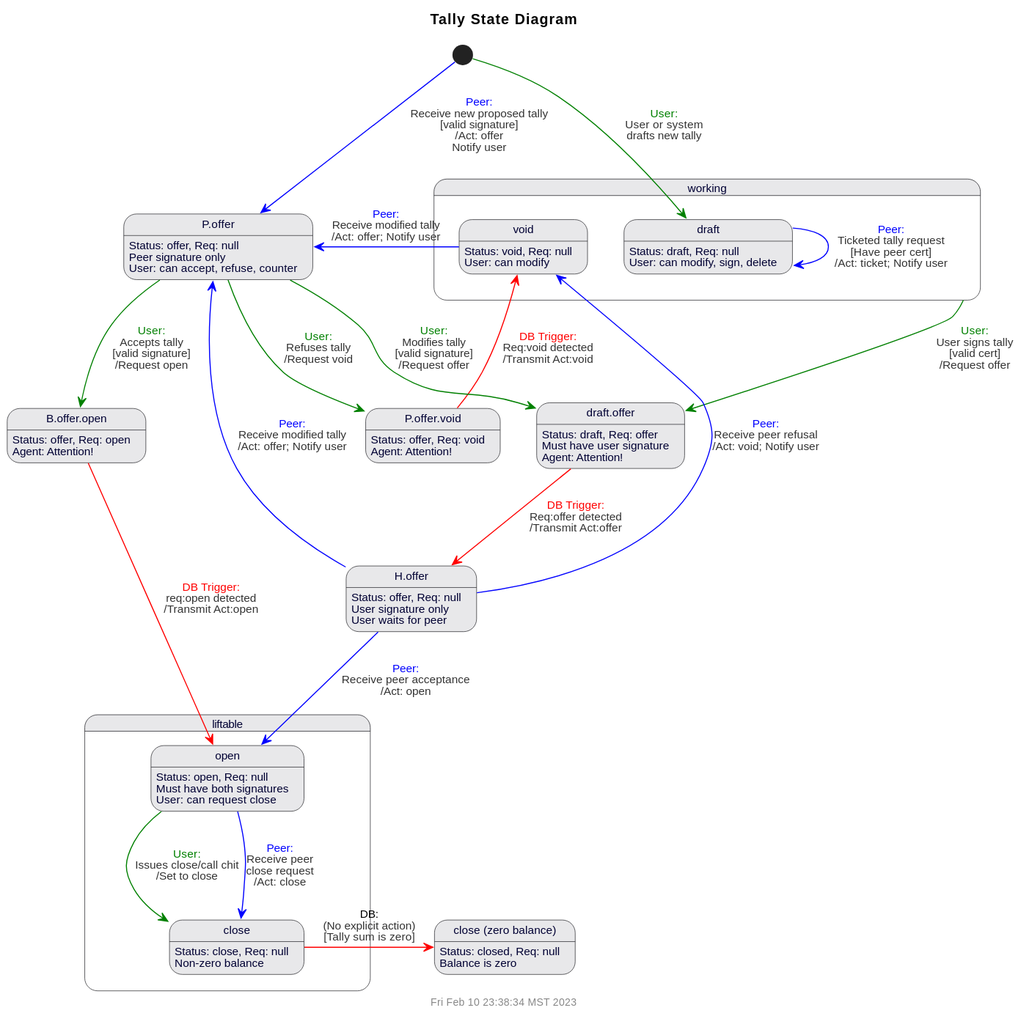
The PlantUML diagram doc/uml/state-tally.svg in gotchoices/MyCHIPs, before a commit. Source of this version:
```plantuml
@startuml
!include common.puml

$title(Tally State Diagram)
state "P.offer.void" as pOfferVoid
state "B.offer.open" as BOfferOpen
state "draft.offer" as DraftOffer
state working {
  state "draft" as draft
  state "void" as void
}
state liftable {
  state "open" as open
  state "close" as close
}
state "P.offer" as pOffer
state "H.offer" as hOffer
state "close (zero balance)" as closed

pOfferVoid : Status: offer, Req: void
pOfferVoid : Agent: Attention!

BOfferOpen : Status: offer, Req: open
BOfferOpen : Agent: Attention!

DraftOffer : Status: draft, Req: offer
DraftOffer : Must have user signature
DraftOffer : Agent: Attention!


draft : Status: draft, Req: null
draft : User: can modify, sign, delete

void : Status: void, Req: null
void : User: can modify

pOffer : Status: offer, Req: null
pOffer : Peer signature only
pOffer : User: can accept, refuse, counter

hOffer : Status: offer, Req: null
hOffer : User signature only
hOffer : User waits for peer

open : Status: open, Req: null
open : Must have both signatures
open : User: can request close

close : Status: close, Req: null
close : Non-zero balance

closed : Status: closed, Req: null
closed : Balance is zero

[*] -[$user]-> draft : $trans($user,User or system\ndrafts new tally)
[*] -[$peer]-> pOffer : $trans($peer,Receive new proposed tally,valid signature,Act: offer\nNotify user)
working -[$user]-> DraftOffer : $trans($user,User signs tally,valid cert,Request offer)

draft -[$peer]-> draft : $trans($peer,Ticketed tally request,Have peer cert, Act: ticket; Notify user)
pOfferVoid -[$db]-> void : $trans($db,Req:void detected,'',Transmit Act:void)

pOffer -[$user]-> pOfferVoid : $trans($user,Refuses tally, '', Request void)
pOffer -[$user]-> DraftOffer : $trans($user,Modifies tally,valid signature, Request offer)
pOffer -[$user]-> BOfferOpen : $trans($user,Accepts tally,valid signature, Request open)

BOfferOpen -[$db]-> open : $trans($db,req:open detected,'',Transmit Act:open)

DraftOffer -[$db]-> hOffer : $trans($db,Req:offer detected,,Transmit Act:offer)

hOffer -[$peer]-> open : $trans($peer, Receive peer acceptance, '', Act: open)
hOffer -[$peer]-> void : $trans($peer,Receive peer refusal, '', Act: void; Notify user)
hOffer -[$peer]-> pOffer : $trans($peer,Receive modified tally, '', Act: offer; Notify user)
void -[$peer]-> pOffer : $trans($peer,Receive modified tally,'', Act: offer; Notify user)

open -[$user]-> close : $trans($user, Issues close/call chit, '', Set to close)
open -[$peer]-> close : $trans($peer,Receive peer\nclose request, '', Act: close)
close -right[$db]-> closed : $trans(DB,'(No explicit action)',Tally sum is zero)

@enduml
```
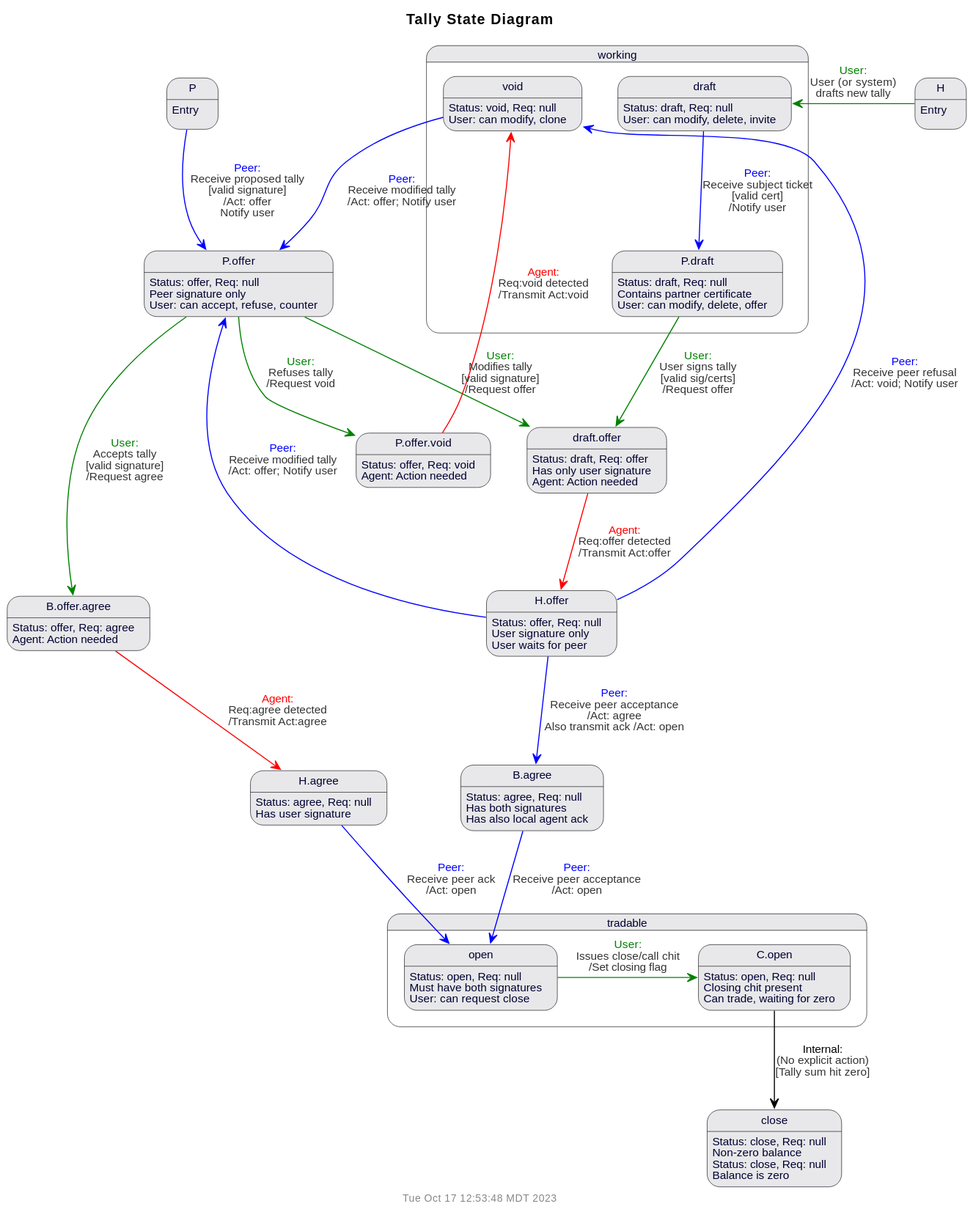
Above is the later version.

What changed in the source:
```diff
@@ -3,36 +3,44 @@
 
 $title(Tally State Diagram)
 state "P.offer.void" as pOfferVoid
-state "B.offer.open" as BOfferOpen
-state "draft.offer" as DraftOffer
+state "B.offer.agree" as BOfferAgree
+state "draft.offer" as draftOffer
 state working {
+  state "P.draft" as pDraft
   state "draft" as draft
   state "void" as void
 }
-state liftable {
+state tradable {
   state "open" as open
-  state "close" as close
+  state "C.open" as cOpen
 }
 state "P.offer" as pOffer
 state "H.offer" as hOffer
-state "close (zero balance)" as closed
+state "H.agree" as hAgree
+state "B.agree" as bAgree
+state "close" as close
 
+P : Entry
+H : Entry
 pOfferVoid : Status: offer, Req: void
-pOfferVoid : Agent: Attention!
+pOfferVoid : Agent: Action needed
 
-BOfferOpen : Status: offer, Req: open
-BOfferOpen : Agent: Attention!
-
-DraftOffer : Status: draft, Req: offer
-DraftOffer : Must have user signature
-DraftOffer : Agent: Attention!
-
+BOfferAgree : Status: offer, Req: agree
+BOfferAgree : Agent: Action needed
 
 draft : Status: draft, Req: null
-draft : User: can modify, sign, delete
+draft : User: can modify, delete, invite
+
+pDraft : Status: draft, Req: null
+pDraft : Contains partner certificate
+pDraft : User: can modify, delete, offer
+
+draftOffer : Status: draft, Req: offer
+draftOffer : Has only user signature
+draftOffer : Agent: Action needed
 
 void : Status: void, Req: null
-void : User: can modify
+void : User: can modify, clone
 
 pOffer : Status: offer, Req: null
 pOffer : Peer signature only
@@ -42,38 +50,50 @@
 hOffer : User signature only
 hOffer : User waits for peer
 
+hAgree : Status: agree, Req: null
+hAgree : Has user signature
+
+bAgree : Status: agree, Req: null
+bAgree : Has both signatures
+bAgree : Has also local agent ack
+
 open : Status: open, Req: null
 open : Must have both signatures
 open : User: can request close
 
+cOpen : Status: open, Req: null
+cOpen : Closing chit present
+cOpen : Can trade, waiting for zero
+
 close : Status: close, Req: null
 close : Non-zero balance
 
-closed : Status: closed, Req: null
-closed : Balance is zero
+close : Status: close, Req: null
+close : Balance is zero
 
-[*] -[$user]-> draft : $trans($user,User or system\ndrafts new tally)
-[*] -[$peer]-> pOffer : $trans($peer,Receive new proposed tally,valid signature,Act: offer\nNotify user)
-working -[$user]-> DraftOffer : $trans($user,User signs tally,valid cert,Request offer)
+H -left[$user]-> draft : $trans($user,User (or system)\ndrafts new tally)
+P -[$peer]-> pOffer : $trans($peer,Receive proposed tally,valid signature,Act: offer\nNotify user)
+draft -[$peer]-> pDraft : $trans($peer,Receive subject ticket,valid cert,Notify user)
+pDraft -[$user]-> draftOffer : $trans($user,User signs tally,valid sig/certs,Request offer)
 
-draft -[$peer]-> draft : $trans($peer,Ticketed tally request,Have peer cert, Act: ticket; Notify user)
 pOfferVoid -[$db]-> void : $trans($db,Req:void detected,'',Transmit Act:void)
 
 pOffer -[$user]-> pOfferVoid : $trans($user,Refuses tally, '', Request void)
-pOffer -[$user]-> DraftOffer : $trans($user,Modifies tally,valid signature, Request offer)
-pOffer -[$user]-> BOfferOpen : $trans($user,Accepts tally,valid signature, Request open)
+pOffer -[$user]-> draftOffer : $trans($user,Modifies tally,valid signature, Request offer)
+pOffer -[$user]-> BOfferAgree : $trans($user,Accepts tally,valid signature, Request agree)
 
-BOfferOpen -[$db]-> open : $trans($db,req:open detected,'',Transmit Act:open)
+BOfferAgree -[$db]-> hAgree : $trans($db,Req:agree detected,'',Transmit Act:agree)
+hAgree -[$peer]-> open : $trans($peer, Receive peer ack, '', Act: open)
 
-DraftOffer -[$db]-> hOffer : $trans($db,Req:offer detected,,Transmit Act:offer)
+draftOffer -[$db]-> hOffer : $trans($db,Req:offer detected,,Transmit Act:offer)
 
-hOffer -[$peer]-> open : $trans($peer, Receive peer acceptance, '', Act: open)
+hOffer -[$peer]-> bAgree : $trans($peer, Receive peer acceptance, '', Act: agree\nAlso transmit ack /Act: open)
+bAgree -[$peer]-> open : $trans($peer, Receive peer acceptance, '', Act: open)
+
 hOffer -[$peer]-> void : $trans($peer,Receive peer refusal, '', Act: void; Notify user)
 hOffer -[$peer]-> pOffer : $trans($peer,Receive modified tally, '', Act: offer; Notify user)
 void -[$peer]-> pOffer : $trans($peer,Receive modified tally,'', Act: offer; Notify user)
 
-open -[$user]-> close : $trans($user, Issues close/call chit, '', Set to close)
-open -[$peer]-> close : $trans($peer,Receive peer\nclose request, '', Act: close)
-close -right[$db]-> closed : $trans(DB,'(No explicit action)',Tally sum is zero)
-
+open -right[$user]-> cOpen : $trans($user, Issues close/call chit, '', Set closing flag)
+cOpen --> close : $trans(Internal,'(No explicit action)',Tally sum hit zero)
 @enduml
```
